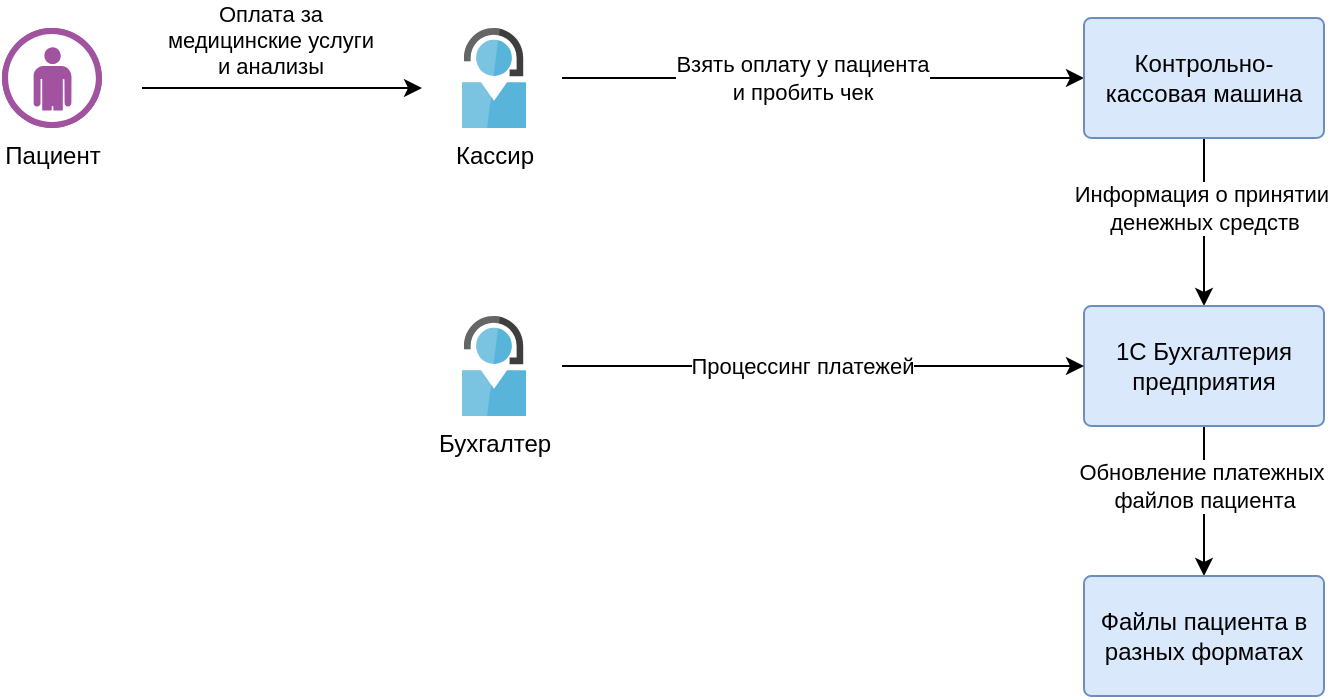
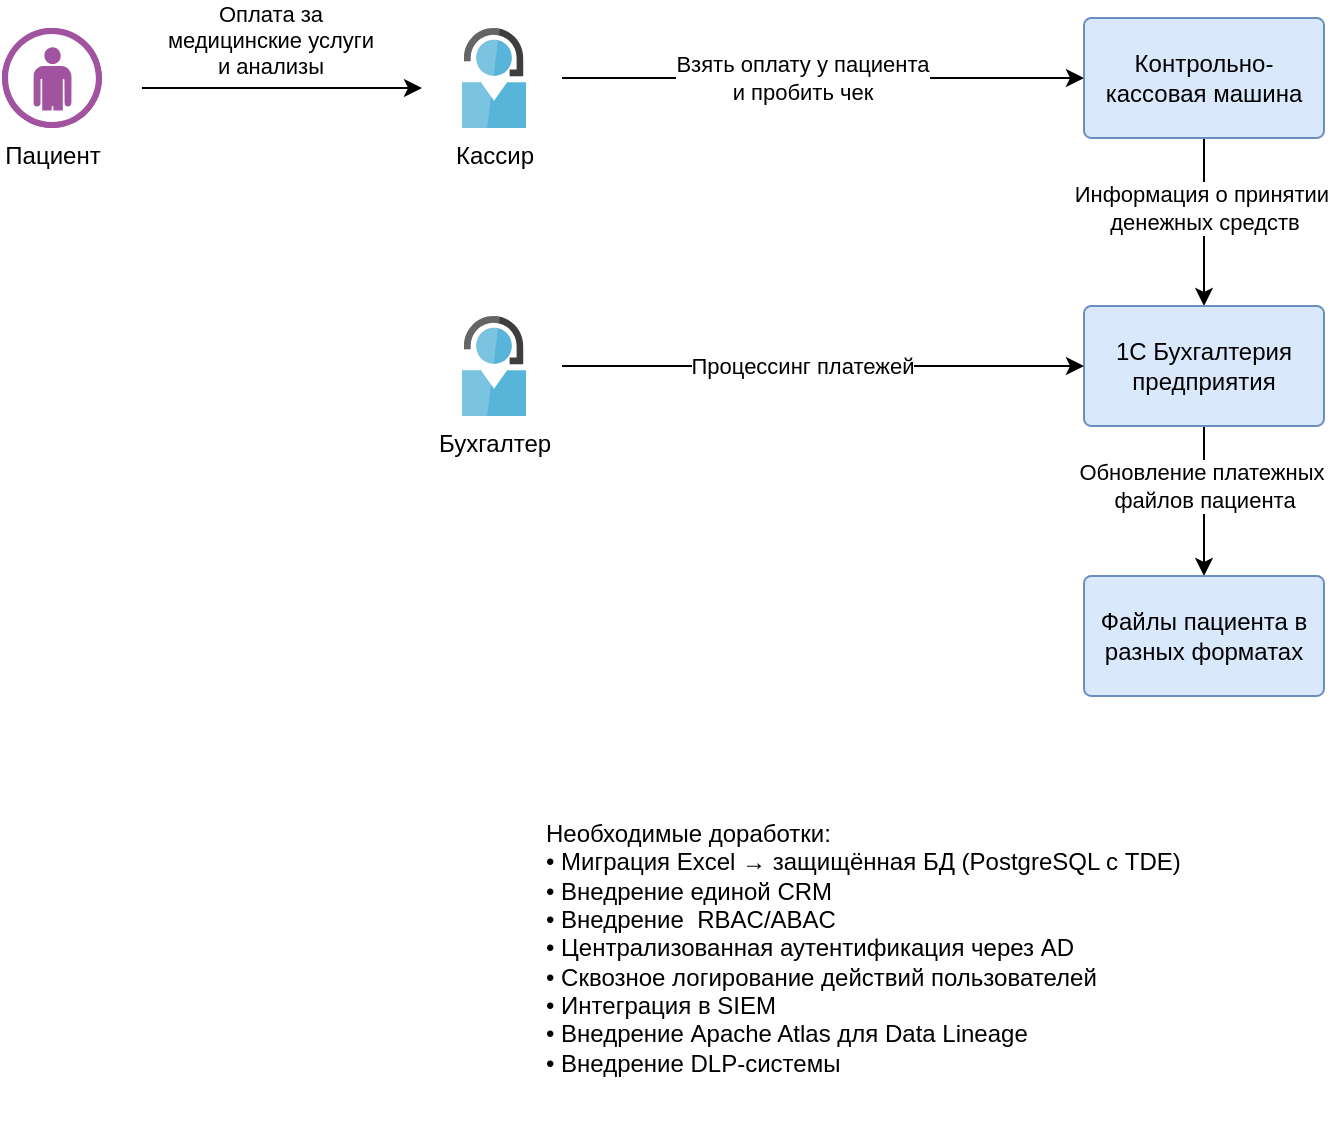
<mxfile host="Electron" agent="Mozilla/5.0 (Windows NT 10.0; Win64; x64) AppleWebKit/537.36 (KHTML, like Gecko) draw.io/27.0.9 Chrome/134.0.6998.205 Electron/35.4.0 Safari/537.36" version="27.0.9">
  <diagram id="XZl-SP0hIauo-jaiqa5Z" name="page-1">
-     <mxGraphModel dx="690" dy="593" grid="1" gridSize="10" guides="1" tooltips="1" connect="1" arrows="1" fold="1" page="1" pageScale="1" pageWidth="827" pageHeight="1169" math="0" shadow="0">
+     <mxGraphModel dx="784" dy="1123" grid="1" gridSize="10" guides="1" tooltips="1" connect="1" arrows="1" fold="1" page="1" pageScale="1" pageWidth="827" pageHeight="1169" math="0" shadow="0">
      <root>
        <mxCell id="0" />
        <mxCell id="1" parent="0" />
        <mxCell id="WIj46eqOjLU1ObrtdJFz-3" style="edgeStyle=orthogonalEdgeStyle;rounded=0;orthogonalLoop=1;jettySize=auto;html=1;entryX=0;entryY=0.5;entryDx=0;entryDy=0;flowAnimation=0;" parent="1" edge="1">
          <mxGeometry relative="1" as="geometry">
            <mxPoint x="260" y="45" as="targetPoint" />
            <mxPoint x="120" y="45" as="sourcePoint" />
          </mxGeometry>
        </mxCell>
        <mxCell id="WIj46eqOjLU1ObrtdJFz-4" value="Оплата за&lt;div&gt;медицинские услуги&lt;/div&gt;&lt;div&gt;и анализы&lt;/div&gt;" style="edgeLabel;html=1;align=center;verticalAlign=middle;resizable=0;points=[];" parent="WIj46eqOjLU1ObrtdJFz-3" connectable="0" vertex="1">
          <mxGeometry x="-0.2286" y="-5" relative="1" as="geometry">
            <mxPoint x="10" y="-29" as="offset" />
          </mxGeometry>
        </mxCell>
        <mxCell id="WIj46eqOjLU1ObrtdJFz-10" value="Пациент" style="verticalLabelPosition=bottom;sketch=0;html=1;fillColor=#A153A0;strokeColor=#ffffff;verticalAlign=top;align=center;points=[[0,0.5,0],[0.125,0.25,0],[0.25,0,0],[0.5,0,0],[0.75,0,0],[0.875,0.25,0],[1,0.5,0],[0.875,0.75,0],[0.75,1,0],[0.5,1,0],[0.125,0.75,0]];pointerEvents=1;shape=mxgraph.cisco_safe.compositeIcon;bgIcon=ellipse;resIcon=mxgraph.cisco_safe.design.user;" parent="1" vertex="1">
          <mxGeometry x="50" y="15" width="50" height="50" as="geometry" />
        </mxCell>
        <mxCell id="WIj46eqOjLU1ObrtdJFz-14" value="Взять оплату у пациента&lt;div&gt;и пробить чек&lt;/div&gt;" style="edgeStyle=elbowEdgeStyle;rounded=0;orthogonalLoop=1;jettySize=auto;html=1;entryX=0;entryY=0.5;entryDx=0;entryDy=0;flowAnimation=0;" parent="1" target="WIj46eqOjLU1ObrtdJFz-22" edge="1">
          <mxGeometry x="-0.0805" relative="1" as="geometry">
            <Array as="points">
              <mxPoint x="350" y="-5" />
            </Array>
            <mxPoint as="offset" />
            <mxPoint x="330" y="40" as="sourcePoint" />
            <mxPoint x="570" y="-40" as="targetPoint" />
          </mxGeometry>
        </mxCell>
        <mxCell id="WIj46eqOjLU1ObrtdJFz-18" value="Кассир" style="image;sketch=0;aspect=fixed;html=1;points=[];align=center;fontSize=12;image=img/lib/mscae/Support_2.svg;" parent="1" vertex="1">
          <mxGeometry x="280" y="15" width="32" height="50" as="geometry" />
        </mxCell>
        <mxCell id="WIj46eqOjLU1ObrtdJFz-20" value="" style="edgeStyle=orthogonalEdgeStyle;rounded=0;orthogonalLoop=1;jettySize=auto;html=1;flowAnimation=0;" parent="1" source="WIj46eqOjLU1ObrtdJFz-22" target="WIj46eqOjLU1ObrtdJFz-25" edge="1">
          <mxGeometry relative="1" as="geometry" />
        </mxCell>
        <mxCell id="WIj46eqOjLU1ObrtdJFz-21" value="Информация о&amp;nbsp;&lt;span style=&quot;background-color: light-dark(#ffffff, var(--ge-dark-color, #121212)); color: light-dark(rgb(0, 0, 0), rgb(255, 255, 255));&quot;&gt;принятии&amp;nbsp;&lt;/span&gt;&lt;div&gt;&lt;span style=&quot;background-color: light-dark(#ffffff, var(--ge-dark-color, #121212)); color: light-dark(rgb(0, 0, 0), rgb(255, 255, 255));&quot;&gt;денежных&amp;nbsp;&lt;/span&gt;&lt;span style=&quot;background-color: light-dark(#ffffff, var(--ge-dark-color, #121212)); color: light-dark(rgb(0, 0, 0), rgb(255, 255, 255));&quot;&gt;средств&lt;/span&gt;&lt;/div&gt;" style="edgeLabel;html=1;align=center;verticalAlign=middle;resizable=0;points=[];" parent="WIj46eqOjLU1ObrtdJFz-20" connectable="0" vertex="1">
          <mxGeometry x="-0.25" y="3" relative="1" as="geometry">
            <mxPoint x="-3" y="3" as="offset" />
          </mxGeometry>
        </mxCell>
        <mxCell id="WIj46eqOjLU1ObrtdJFz-22" value="&lt;div&gt;Контрольно-кассовая машина&lt;/div&gt;" style="rounded=1;whiteSpace=wrap;html=1;fillColor=#dae8fc;strokeColor=#6c8ebf;arcSize=6;" parent="1" vertex="1">
          <mxGeometry x="591" y="10" width="120" height="60" as="geometry" />
        </mxCell>
        <mxCell id="WIj46eqOjLU1ObrtdJFz-23" value="" style="edgeStyle=orthogonalEdgeStyle;rounded=0;orthogonalLoop=1;jettySize=auto;html=1;flowAnimation=0;" parent="1" source="WIj46eqOjLU1ObrtdJFz-25" target="WIj46eqOjLU1ObrtdJFz-26" edge="1">
          <mxGeometry relative="1" as="geometry" />
        </mxCell>
        <mxCell id="WIj46eqOjLU1ObrtdJFz-24" value="Обновление платежных&amp;nbsp;&lt;div&gt;файлов&amp;nbsp;&lt;span style=&quot;background-color: light-dark(#ffffff, var(--ge-dark-color, #121212)); color: light-dark(rgb(0, 0, 0), rgb(255, 255, 255));&quot;&gt;пациента&lt;/span&gt;&lt;/div&gt;" style="edgeLabel;html=1;align=center;verticalAlign=middle;resizable=0;points=[];" parent="WIj46eqOjLU1ObrtdJFz-23" connectable="0" vertex="1">
          <mxGeometry x="-0.2" relative="1" as="geometry">
            <mxPoint as="offset" />
          </mxGeometry>
        </mxCell>
        <mxCell id="WIj46eqOjLU1ObrtdJFz-25" value="1C Бухгалтерия предприятия" style="rounded=1;whiteSpace=wrap;html=1;fillColor=#dae8fc;strokeColor=#6c8ebf;arcSize=6;" parent="1" vertex="1">
          <mxGeometry x="591" y="154" width="120" height="60" as="geometry" />
        </mxCell>
        <mxCell id="WIj46eqOjLU1ObrtdJFz-26" value="Файлы пациента в разных форматах" style="whiteSpace=wrap;html=1;rounded=1;fillColor=#dae8fc;strokeColor=#6c8ebf;arcSize=6;" parent="1" vertex="1">
          <mxGeometry x="591" y="289" width="120" height="60" as="geometry" />
        </mxCell>
        <mxCell id="WIj46eqOjLU1ObrtdJFz-27" value="Процессинг платежей" style="edgeStyle=elbowEdgeStyle;rounded=0;orthogonalLoop=1;jettySize=auto;html=1;entryX=0;entryY=0.5;entryDx=0;entryDy=0;flowAnimation=0;" parent="1" edge="1">
          <mxGeometry x="-0.0805" relative="1" as="geometry">
            <Array as="points">
              <mxPoint x="350" y="139" />
            </Array>
            <mxPoint as="offset" />
            <mxPoint x="330" y="184" as="sourcePoint" />
            <mxPoint x="591" y="184" as="targetPoint" />
          </mxGeometry>
        </mxCell>
        <mxCell id="WIj46eqOjLU1ObrtdJFz-28" value="Бухгалтер" style="image;sketch=0;aspect=fixed;html=1;points=[];align=center;fontSize=12;image=img/lib/mscae/Support_2.svg;" parent="1" vertex="1">
          <mxGeometry x="280" y="159" width="32" height="50" as="geometry" />
        </mxCell>
+         <mxCell id="ure8cuXAUalBIBIXztMZ-1" value="&lt;br&gt;&lt;div&gt;Необходимые доработки:&lt;/div&gt;&lt;div&gt;&lt;span style=&quot;background-color: transparent;&quot;&gt;• Миграция Excel → защищённая БД (PostgreSQL с TDE)&lt;/span&gt;&lt;div&gt;• Внедрение единой CRM&lt;/div&gt;&lt;div&gt;• Внедрение&amp;nbsp; RBAC/ABAC&lt;/div&gt;&lt;div&gt;• Централизованная аутентификация через AD&lt;/div&gt;&lt;div&gt;• Сквозное логирование действий пользователей&lt;/div&gt;&lt;div&gt;• Интеграция в SIEM&lt;/div&gt;&lt;div&gt;• Внедрение Apache Atlas для Data Lineage&lt;/div&gt;&lt;div&gt;• Внедрение DLP-системы&lt;/div&gt;&lt;div&gt;&lt;br&gt;&lt;/div&gt;&lt;/div&gt;" style="text;html=1;align=left;verticalAlign=middle;resizable=0;points=[];autosize=1;strokeColor=none;fillColor=none;" vertex="1" parent="1">
+           <mxGeometry x="320" y="390" width="340" height="170" as="geometry" />
+         </mxCell>
      </root>
    </mxGraphModel>
  </diagram>
</mxfile>
